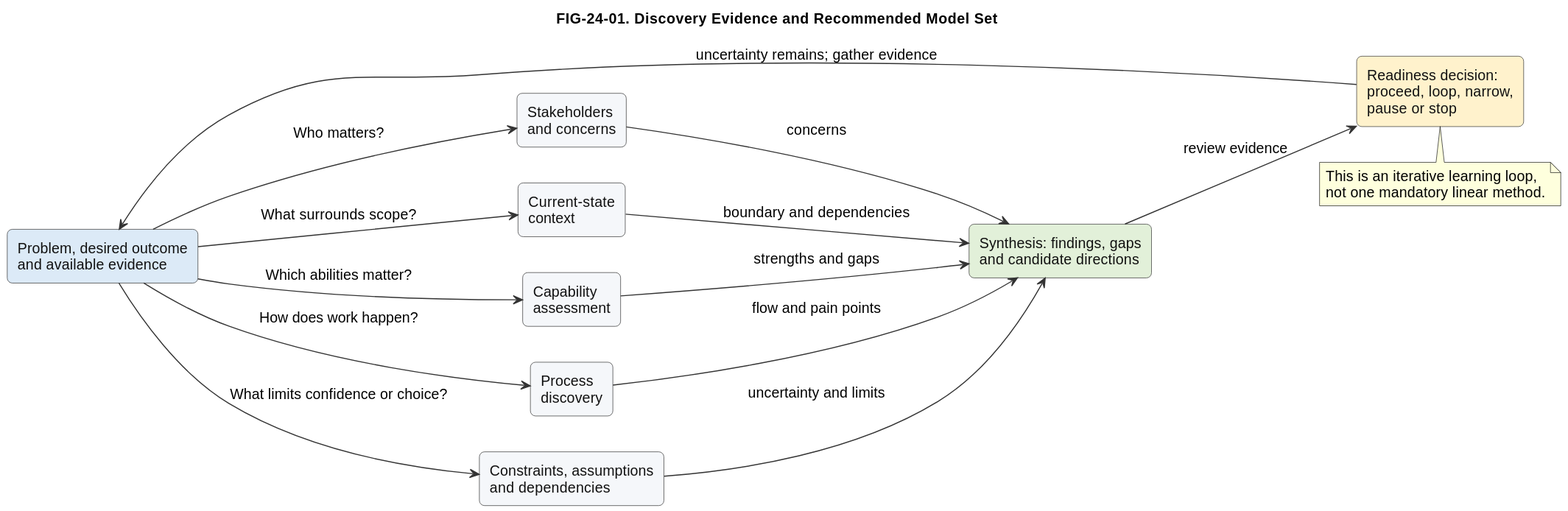
The PlantUML diagram diagrams/exported/svg/FIG-24-01-discovery-evidence-recommended-model-set.svg in nishikanttiwari01/Architecture_Modelling, before a commit. Its diagram source:
```plantuml
@startuml
title FIG-24-01. Discovery Evidence and Recommended Model Set
skinparam backgroundColor #FFFFFF
skinparam defaultFontName Arial
skinparam defaultFontSize 14
skinparam shadowing false
skinparam ArrowColor #333333
skinparam rectangle {
  BackgroundColor #F5F7FA
  BorderColor #333333
  FontColor #111111
  RoundCorner 10
}
left to right direction
rectangle "Problem, desired outcome\nand available evidence" as Start #DCEAF7
rectangle "Stakeholders\nand concerns" as Stake
rectangle "Current-state\ncontext" as Context
rectangle "Capability\nassessment" as Cap
rectangle "Process\ndiscovery" as Process
rectangle "Constraints, assumptions\nand dependencies" as Limits
rectangle "Synthesis: findings, gaps\nand candidate directions" as Synth #E2F0D9
rectangle "Readiness decision:\nproceed, loop, narrow,\npause or stop" as Gate #FFF2CC
Start --> Stake : Who matters?
Start --> Context : What surrounds scope?
Start --> Cap : Which abilities matter?
Start --> Process : How does work happen?
Start --> Limits : What limits confidence or choice?
Stake --> Synth : concerns
Context --> Synth : boundary and dependencies
Cap --> Synth : strengths and gaps
Process --> Synth : flow and pain points
Limits --> Synth : uncertainty and limits
Synth --> Gate : review evidence
Gate -up-> Start : uncertainty remains; gather evidence
note bottom of Gate
  This is an iterative learning loop,
  not one mandatory linear method.
end note
@enduml
```
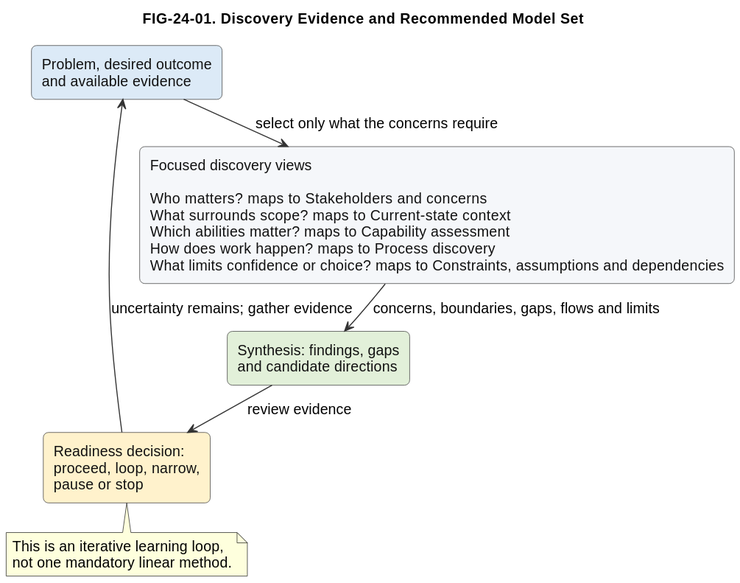
The same file after the commit.

Commit message:
Correct Chapter 24 figure page fit

What changed in the source:
```diff
@@ -11,27 +11,17 @@
   FontColor #111111
   RoundCorner 10
 }
-left to right direction
+top to bottom direction
+skinparam nodesep 18
+skinparam ranksep 28
 rectangle "Problem, desired outcome\nand available evidence" as Start #DCEAF7
-rectangle "Stakeholders\nand concerns" as Stake
-rectangle "Current-state\ncontext" as Context
-rectangle "Capability\nassessment" as Cap
-rectangle "Process\ndiscovery" as Process
-rectangle "Constraints, assumptions\nand dependencies" as Limits
+rectangle "Focused discovery views\n\nWho matters?  maps to  Stakeholders and concerns\nWhat surrounds scope?  maps to  Current-state context\nWhich abilities matter?  maps to  Capability assessment\nHow does work happen?  maps to  Process discovery\nWhat limits confidence or choice?  maps to  Constraints, assumptions and dependencies" as Views
 rectangle "Synthesis: findings, gaps\nand candidate directions" as Synth #E2F0D9
 rectangle "Readiness decision:\nproceed, loop, narrow,\npause or stop" as Gate #FFF2CC
-Start --> Stake : Who matters?
-Start --> Context : What surrounds scope?
-Start --> Cap : Which abilities matter?
-Start --> Process : How does work happen?
-Start --> Limits : What limits confidence or choice?
-Stake --> Synth : concerns
-Context --> Synth : boundary and dependencies
-Cap --> Synth : strengths and gaps
-Process --> Synth : flow and pain points
-Limits --> Synth : uncertainty and limits
-Synth --> Gate : review evidence
-Gate -up-> Start : uncertainty remains; gather evidence
+Start -down-> Views : select only what the concerns require
+Views -down-> Synth : concerns, boundaries, gaps, flows and limits
+Synth -down-> Gate : review evidence
+Gate -left-> Start : uncertainty remains; gather evidence
 note bottom of Gate
   This is an iterative learning loop,
   not one mandatory linear method.
```
